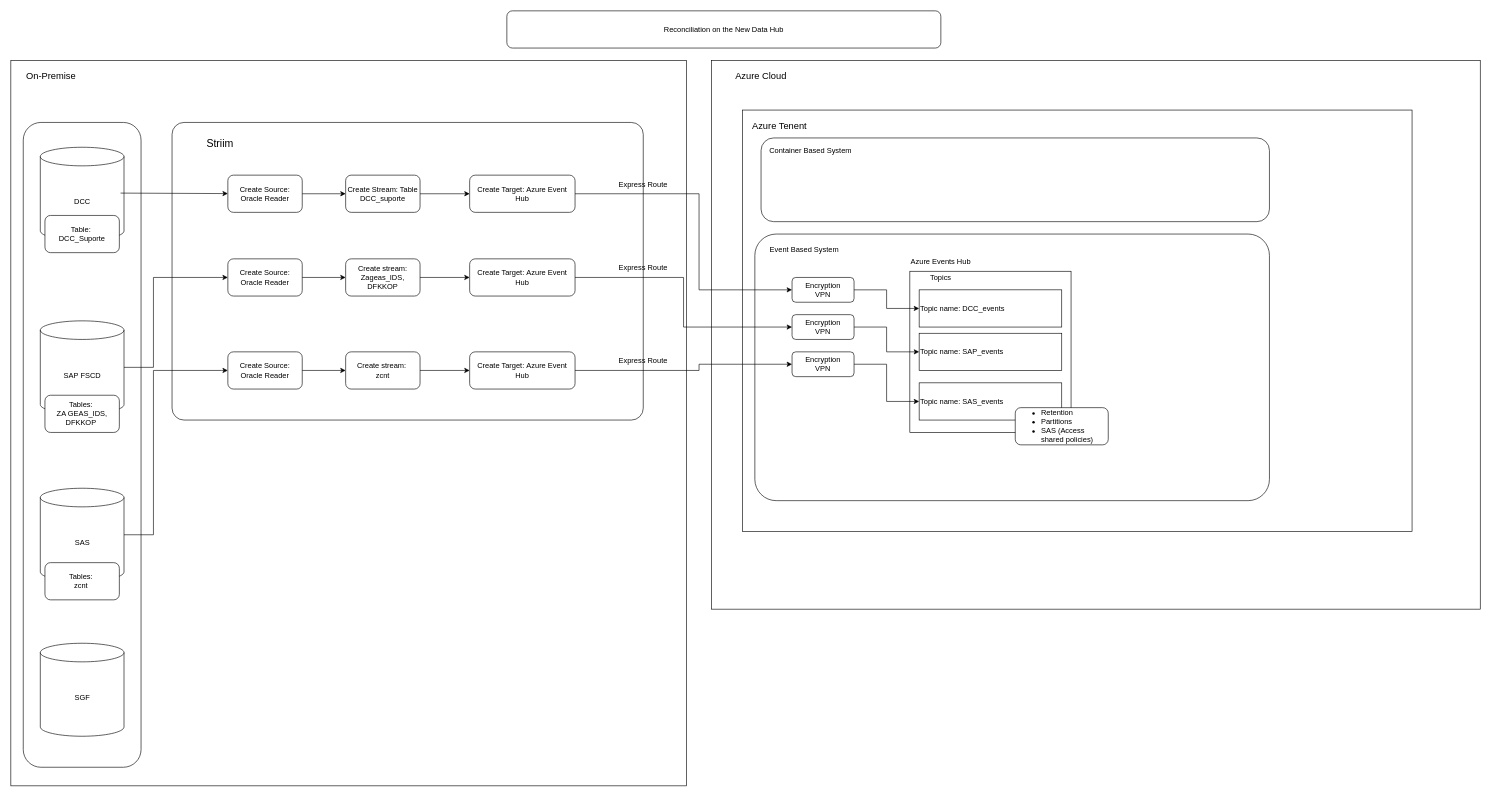
Before: Untitled Diagram.drawio in joaorafaelr/Reconc-Project, a draw.io diagram. Source tidied: cells renumbered, new cells numbered last; positions are measured from the earlier drawing's top-left corner, leaving out a move shared by most shapes. Both pictures are drawn from the tidied source at 62%, with x=0, y=0 at pixel (11, 11).
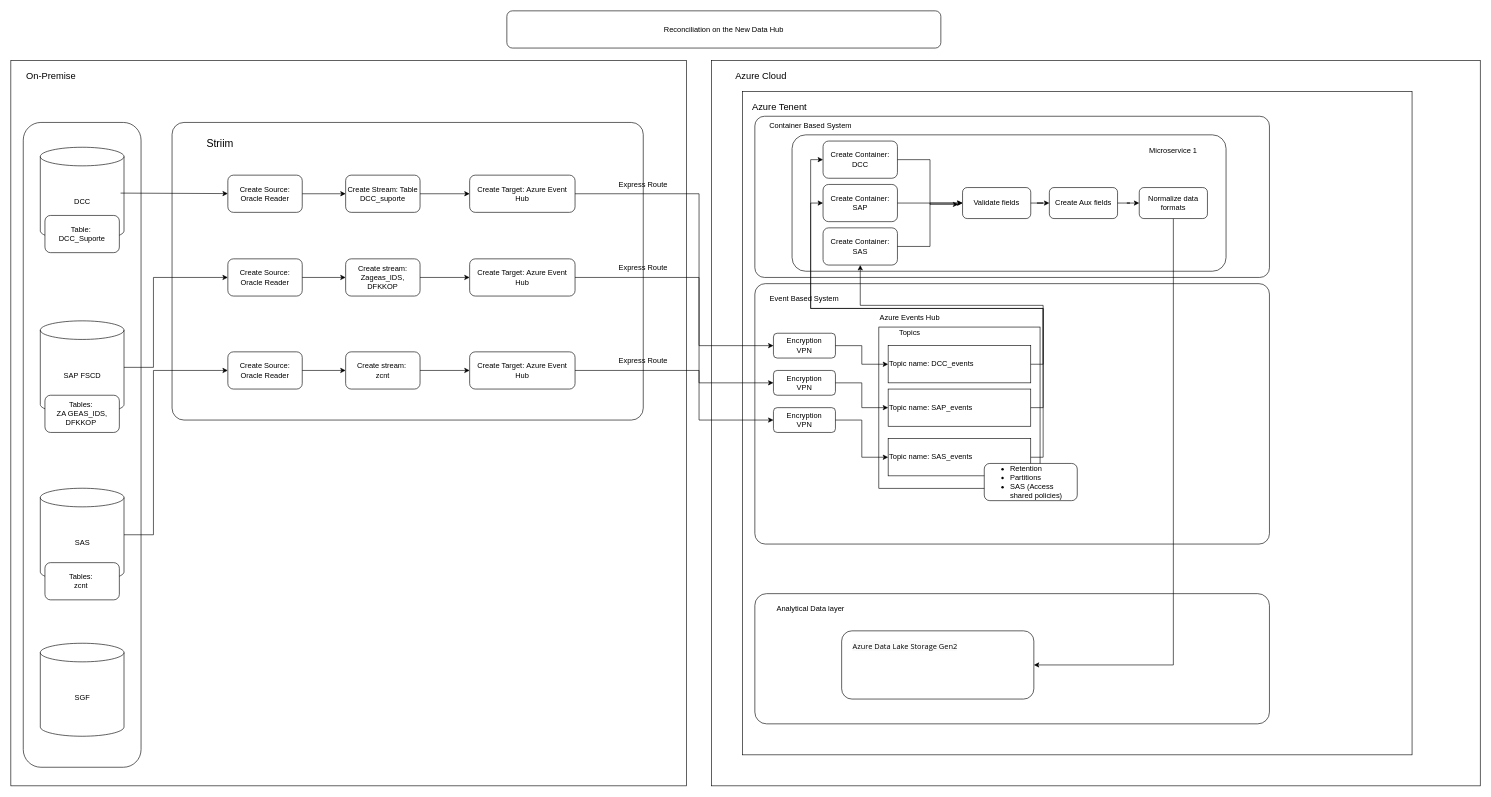
The same diagram, later.

The change refers to these unchanged cells:
```xml
<mxCell id="23" value="Create Target:&amp;nbsp;Azure Event Hub" style="rounded=1;whiteSpace=wrap;html=1;" parent="1" vertex="1">
  <mxGeometry x="740" y="400" width="170" height="60" as="geometry" />
</mxCell>
<mxCell id="33" value="Create Target:&amp;nbsp;Azure Event Hub" style="rounded=1;whiteSpace=wrap;html=1;" parent="1" vertex="1">
  <mxGeometry x="740" y="550" width="170" height="60" as="geometry" />
</mxCell>
<mxCell id="34" value="Create Target:&amp;nbsp;Azure Event Hub" style="rounded=1;whiteSpace=wrap;html=1;" parent="1" vertex="1">
  <mxGeometry x="740" y="265" width="170" height="60" as="geometry" />
</mxCell>
```

What changed in the source:
```diff
@@
     <mxCell id="19" style="rounded=0;whiteSpace=wrap;html=1;" parent="1" vertex="1">
-      <mxGeometry x="1130" y="80" width="1240" height="885" as="geometry" />
+      <mxGeometry x="1130" y="80" width="1240" height="1170" as="geometry" />
     </mxCell>
@@
     <mxCell id="37" style="rounded=0;whiteSpace=wrap;html=1;" parent="1" vertex="1">
-      <mxGeometry x="1180" y="160" width="1080" height="680" as="geometry" />
+      <mxGeometry x="1180" y="130" width="1080" height="1070" as="geometry" />
     </mxCell>
@@
-    <mxCell id="39" style="rounded=1;whiteSpace=wrap;html=1;arcSize=8;" parent="1" vertex="1">
-      <mxGeometry x="1200" y="360" width="830" height="430" as="geometry" />
+    <mxCell id="39" style="rounded=1;whiteSpace=wrap;html=1;arcSize=4;" parent="1" vertex="1">
+      <mxGeometry x="1200" y="440" width="830" height="420" as="geometry" />
     </mxCell>
     <mxCell id="40" value="Event Based System" style="text;html=1;whiteSpace=wrap;strokeColor=none;fillColor=none;align=center;verticalAlign=middle;rounded=0;" parent="1" vertex="1">
-      <mxGeometry x="1220" y="370" width="120" height="30" as="geometry" />
+      <mxGeometry x="1220" y="450" width="120" height="30" as="geometry" />
     </mxCell>
     <mxCell id="41" style="edgeStyle=orthogonalEdgeStyle;rounded=0;jettySize=auto;html=1;exitX=1;exitY=0.5;exitDx=0;exitDy=0;entryX=0;entryY=0.5;entryDx=0;entryDy=0;" parent="1" edge="1" source="34" target="42">
       <mxGeometry relative="1" as="geometry">
         <Array as="points">
           <mxPoint x="1110" y="295" />
-          <mxPoint x="1110" y="450" />
-          <mxPoint x="1260" y="450" />
+          <mxPoint x="1110" y="540" />
         </Array>
       </mxGeometry>
     </mxCell>
     <mxCell id="42" value="Encryption&lt;div&gt;VPN&lt;/div&gt;" style="rounded=1;whiteSpace=wrap;html=1;" parent="1" vertex="1">
-      <mxGeometry x="1260" y="430" width="100" height="40" as="geometry" />
+      <mxGeometry x="1230" y="520" width="100" height="40" as="geometry" />
     </mxCell>
     <mxCell id="43" value="Encryption&lt;div&gt;VPN&lt;/div&gt;" style="rounded=1;whiteSpace=wrap;html=1;" parent="1" vertex="1">
-      <mxGeometry x="1260" y="490" width="100" height="40" as="geometry" />
+      <mxGeometry x="1230" y="580" width="100" height="40" as="geometry" />
     </mxCell>
     <mxCell id="44" value="Encryption&lt;div&gt;VPN&lt;/div&gt;" style="rounded=1;whiteSpace=wrap;html=1;" parent="1" vertex="1">
-      <mxGeometry x="1260" y="550" width="100" height="40" as="geometry" />
+      <mxGeometry x="1230" y="640" width="100" height="40" as="geometry" />
     </mxCell>
     <mxCell id="45" style="edgeStyle=orthogonalEdgeStyle;rounded=0;jettySize=auto;html=1;exitX=1;exitY=0.5;exitDx=0;exitDy=0;entryX=0;entryY=0.5;entryDx=0;entryDy=0;" parent="1" edge="1" source="23" target="43">
       <mxGeometry relative="1" as="geometry">
         <Array as="points">
-          <mxPoint x="1085" y="430" />
-          <mxPoint x="1085" y="510" />
+          <mxPoint x="1110" y="430" />
+          <mxPoint x="1110" y="600" />
         </Array>
       </mxGeometry>
     </mxCell>
     <mxCell id="46" style="edgeStyle=orthogonalEdgeStyle;rounded=0;jettySize=auto;html=1;exitX=1;exitY=0.5;exitDx=0;exitDy=0;entryX=0;entryY=0.5;entryDx=0;entryDy=0;" parent="1" edge="1" source="33" target="44">
       <mxGeometry relative="1" as="geometry">
         <Array as="points">
           <mxPoint x="1110" y="580" />
-          <mxPoint x="1110" y="570" />
+          <mxPoint x="1110" y="660" />
         </Array>
       </mxGeometry>
     </mxCell>
     <mxCell id="47" style="whiteSpace=wrap;html=1;" parent="1" vertex="1">
-      <mxGeometry x="1450" y="420" width="260" height="260" as="geometry" />
+      <mxGeometry x="1400" y="510" width="260" height="260" as="geometry" />
     </mxCell>
     <mxCell id="48" value="&lt;font style=&quot;font-size: 15px;&quot;&gt;Azure Tenent&lt;/font&gt;" style="text;html=1;whiteSpace=wrap;strokeColor=none;fillColor=none;align=center;verticalAlign=middle;rounded=0;" parent="1" vertex="1">
-      <mxGeometry x="1190" y="170" width="100" height="30" as="geometry" />
+      <mxGeometry x="1190" y="140" width="100" height="30" as="geometry" />
     </mxCell>
     <mxCell id="49" value="Topic name: DCC_events" style="rounded=0;whiteSpace=wrap;html=1;align=left;" parent="1" vertex="1">
-      <mxGeometry x="1465" y="450" width="230" height="60" as="geometry" />
+      <mxGeometry x="1415" y="540" width="230" height="60" as="geometry" />
     </mxCell>
     <mxCell id="50" value="Topic name: SAS_events" style="rounded=0;whiteSpace=wrap;html=1;align=left;" parent="1" vertex="1">
-      <mxGeometry x="1465" y="600" width="230" height="60" as="geometry" />
+      <mxGeometry x="1415" y="690" width="230" height="60" as="geometry" />
     </mxCell>
     <mxCell id="51" value="Topic name: SAP_events&amp;nbsp;" style="rounded=0;whiteSpace=wrap;html=1;align=left;" parent="1" vertex="1">
-      <mxGeometry x="1465" y="520" width="230" height="60" as="geometry" />
+      <mxGeometry x="1415" y="610" width="230" height="60" as="geometry" />
     </mxCell>
     <mxCell id="52" value="&lt;ul&gt;&lt;li&gt;Retention&lt;/li&gt;&lt;li&gt;Partitions&lt;/li&gt;&lt;li&gt;SAS (Access shared policies)&lt;/li&gt;&lt;/ul&gt;" style="rounded=1;whiteSpace=wrap;html=1;align=left;" parent="1" vertex="1">
-      <mxGeometry x="1620" y="640" width="150" height="60" as="geometry" />
+      <mxGeometry x="1570" y="730" width="150" height="60" as="geometry" />
     </mxCell>
     <mxCell id="53" value="Azure Events Hub" style="text;html=1;whiteSpace=wrap;strokeColor=none;fillColor=none;align=center;verticalAlign=middle;rounded=0;" parent="1" vertex="1">
-      <mxGeometry x="1450" y="390" width="100" height="30" as="geometry" />
+      <mxGeometry x="1400" y="480" width="100" height="30" as="geometry" />
     </mxCell>
     <mxCell id="54" value="Topics" style="text;html=1;whiteSpace=wrap;strokeColor=none;fillColor=none;align=center;verticalAlign=middle;rounded=0;" parent="1" vertex="1">
-      <mxGeometry x="1450" y="420" width="100" height="20" as="geometry" />
+      <mxGeometry x="1400" y="510" width="100" height="20" as="geometry" />
     </mxCell>
@@
-    <mxCell id="58" style="rounded=1;whiteSpace=wrap;html=1;" parent="1" vertex="1">
-      <mxGeometry x="1210" y="205" width="820" height="135" as="geometry" />
+    <mxCell id="58" style="rounded=1;whiteSpace=wrap;html=1;arcSize=6;" parent="1" vertex="1">
+      <mxGeometry x="1200" y="170" width="830" height="260" as="geometry" />
     </mxCell>
-    <mxCell id="59" value="Container Based System" style="text;html=1;whiteSpace=wrap;strokeColor=none;fillColor=none;align=center;verticalAlign=middle;rounded=0;" parent="1" vertex="1">
-      <mxGeometry x="1220" y="210" width="140" height="30" as="geometry" />
+    <mxCell id="59" value="&lt;font&gt;Container Based System&lt;/font&gt;" style="text;html=1;whiteSpace=wrap;strokeColor=none;fillColor=none;align=center;verticalAlign=middle;rounded=0;" parent="1" vertex="1">
+      <mxGeometry x="1205" y="170" width="170" height="30" as="geometry" />
     </mxCell>
+    <mxCell id="60" style="rounded=1;whiteSpace=wrap;html=1;arcSize=9;" parent="1" vertex="1">
+      <mxGeometry x="1200" y="940" width="830" height="210" as="geometry" />
+    </mxCell>
+    <mxCell id="61" value="Analytical Data layer" style="text;html=1;whiteSpace=wrap;strokeColor=none;fillColor=none;align=center;verticalAlign=middle;rounded=0;" parent="1" vertex="1">
+      <mxGeometry x="1220" y="950" width="140" height="30" as="geometry" />
+    </mxCell>
+    <mxCell id="62" style="rounded=1;whiteSpace=wrap;html=1;" parent="1" vertex="1">
+      <mxGeometry x="1340" y="1000" width="310" height="110" as="geometry" />
+    </mxCell>
+    <mxCell id="63" value="&lt;span style=&quot;color: rgb(0, 0, 0); font-family: &amp;quot;Open Sans&amp;quot;; text-align: left; white-space-collapse: preserve; background-color: rgb(249, 249, 249);&quot;&gt;Azure Data Lake Storage Gen2&lt;/span&gt;" style="text;html=1;whiteSpace=wrap;strokeColor=none;fillColor=none;align=center;verticalAlign=middle;rounded=0;" parent="1" vertex="1">
+      <mxGeometry x="1355" y="1010" width="175" height="30" as="geometry" />
+    </mxCell>
+    <mxCell id="64" style="rounded=1;whiteSpace=wrap;html=1;arcSize=10;" parent="1" vertex="1">
+      <mxGeometry x="1260" y="200" width="700" height="220" as="geometry" />
+    </mxCell>
+    <mxCell id="65" style="edgeStyle=orthogonalEdgeStyle;rounded=0;jettySize=auto;html=1;exitX=0.5;exitY=1;exitDx=0;exitDy=0;entryX=1;entryY=0.5;entryDx=0;entryDy=0;" parent="1" edge="1" source="71" target="62">
+      <mxGeometry relative="1" as="geometry" />
+    </mxCell>
+    <mxCell id="66" value="Create Container: DCC" style="rounded=1;whiteSpace=wrap;html=1;" parent="1" vertex="1">
+      <mxGeometry x="1310" y="210" width="120" height="60" as="geometry" />
+    </mxCell>
+    <mxCell id="67" value="Create Container: SAP" style="rounded=1;whiteSpace=wrap;html=1;" parent="1" vertex="1">
+      <mxGeometry x="1310" y="280" width="120" height="60" as="geometry" />
+    </mxCell>
+    <mxCell id="68" value="Create Container: SAS" style="rounded=1;whiteSpace=wrap;html=1;" parent="1" vertex="1">
+      <mxGeometry x="1310" y="350" width="120" height="60" as="geometry" />
+    </mxCell>
+    <mxCell id="69" value="Validate fields" style="rounded=1;whiteSpace=wrap;html=1;" parent="1" vertex="1">
+      <mxGeometry x="1535" y="285" width="110" height="50" as="geometry" />
+    </mxCell>
+    <mxCell id="70" value="Create Aux fields" style="rounded=1;whiteSpace=wrap;html=1;" parent="1" vertex="1">
+      <mxGeometry x="1675" y="285" width="110" height="50" as="geometry" />
+    </mxCell>
+    <mxCell id="71" value="Normalize data formats" style="rounded=1;whiteSpace=wrap;html=1;" parent="1" vertex="1">
+      <mxGeometry x="1820" y="285" width="110" height="50" as="geometry" />
+    </mxCell>
+    <mxCell id="72" style="edgeStyle=orthogonalEdgeStyle;rounded=0;jettySize=auto;html=1;exitX=1;exitY=0.5;exitDx=0;exitDy=0;entryX=0;entryY=0.5;entryDx=0;entryDy=0;" parent="1" edge="1" source="66" target="69">
+      <mxGeometry relative="1" as="geometry" />
+    </mxCell>
+    <mxCell id="73" style="edgeStyle=orthogonalEdgeStyle;rounded=0;jettySize=auto;html=1;exitX=1;exitY=0.5;exitDx=0;exitDy=0;entryX=0;entryY=0.5;entryDx=0;entryDy=0;" parent="1" edge="1" source="68" target="69">
+      <mxGeometry relative="1" as="geometry" />
+    </mxCell>
+    <mxCell id="74" style="edgeStyle=orthogonalEdgeStyle;rounded=0;jettySize=auto;html=1;exitX=1;exitY=0.5;exitDx=0;exitDy=0;" parent="1" edge="1" source="49" target="68">
+      <mxGeometry relative="1" as="geometry" />
+    </mxCell>
+    <mxCell id="75" style="edgeStyle=orthogonalEdgeStyle;rounded=0;jettySize=auto;html=1;exitX=1;exitY=0.5;exitDx=0;exitDy=0;entryX=0;entryY=0.5;entryDx=0;entryDy=0;" parent="1" edge="1" source="51" target="67">
+      <mxGeometry relative="1" as="geometry">
+        <Array as="points">
+          <mxPoint x="1665" y="640" />
+          <mxPoint x="1665" y="480" />
+          <mxPoint x="1290" y="480" />
+          <mxPoint x="1290" y="310" />
+        </Array>
+      </mxGeometry>
+    </mxCell>
+    <mxCell id="76" style="edgeStyle=orthogonalEdgeStyle;rounded=0;jettySize=auto;html=1;exitX=1;exitY=0.5;exitDx=0;exitDy=0;entryX=0;entryY=0.5;entryDx=0;entryDy=0;" parent="1" edge="1" source="50" target="66">
+      <mxGeometry relative="1" as="geometry" />
+    </mxCell>
+    <mxCell id="77" style="edgeStyle=orthogonalEdgeStyle;rounded=0;jettySize=auto;html=1;exitX=1;exitY=0.5;exitDx=0;exitDy=0;" parent="1" edge="1" source="69" target="70">
+      <mxGeometry relative="1" as="geometry" />
+    </mxCell>
+    <mxCell id="78" style="edgeStyle=orthogonalEdgeStyle;rounded=0;jettySize=auto;html=1;exitX=1;exitY=0.5;exitDx=0;exitDy=0;entryX=-0.063;entryY=0.544;entryDx=0;entryDy=0;entryPerimeter=0;" parent="1" edge="1" source="67" target="69">
+      <mxGeometry relative="1" as="geometry" />
+    </mxCell>
+    <mxCell id="79" style="edgeStyle=orthogonalEdgeStyle;rounded=0;jettySize=auto;html=1;exitX=1;exitY=0.5;exitDx=0;exitDy=0;" parent="1" edge="1" source="70" target="71">
+      <mxGeometry relative="1" as="geometry" />
+    </mxCell>
+    <mxCell id="80" value="Microservice 1" style="text;html=1;whiteSpace=wrap;strokeColor=none;fillColor=none;align=center;verticalAlign=middle;rounded=0;" parent="1" vertex="1">
+      <mxGeometry x="1830" y="210" width="90" height="30" as="geometry" />
+    </mxCell>
```
